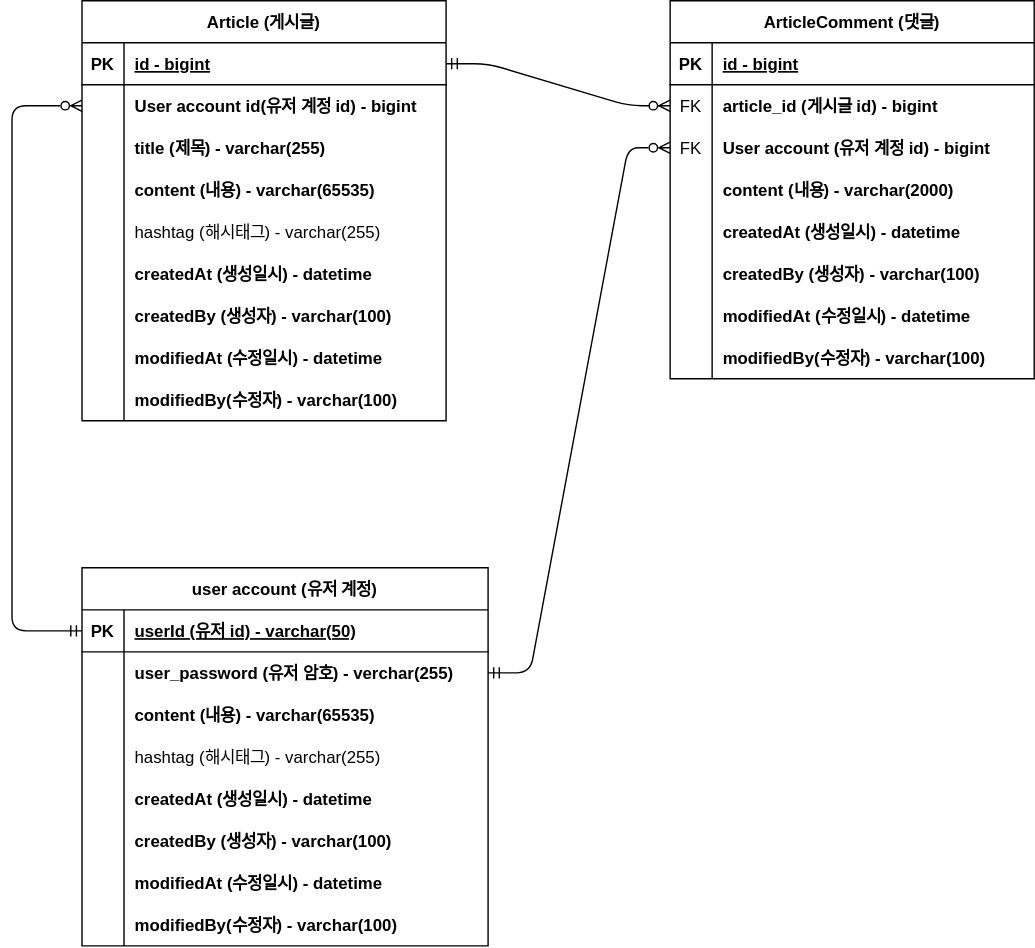
Before: 2.board-service/document/project-board-erd.svg, a diagram exported from draw.io (futuremaker019/several-project-practice). Source tidied: cells renumbered, new cells last; positions are measured from the earlier drawing's top-left corner, leaving out a move shared by most shapes.
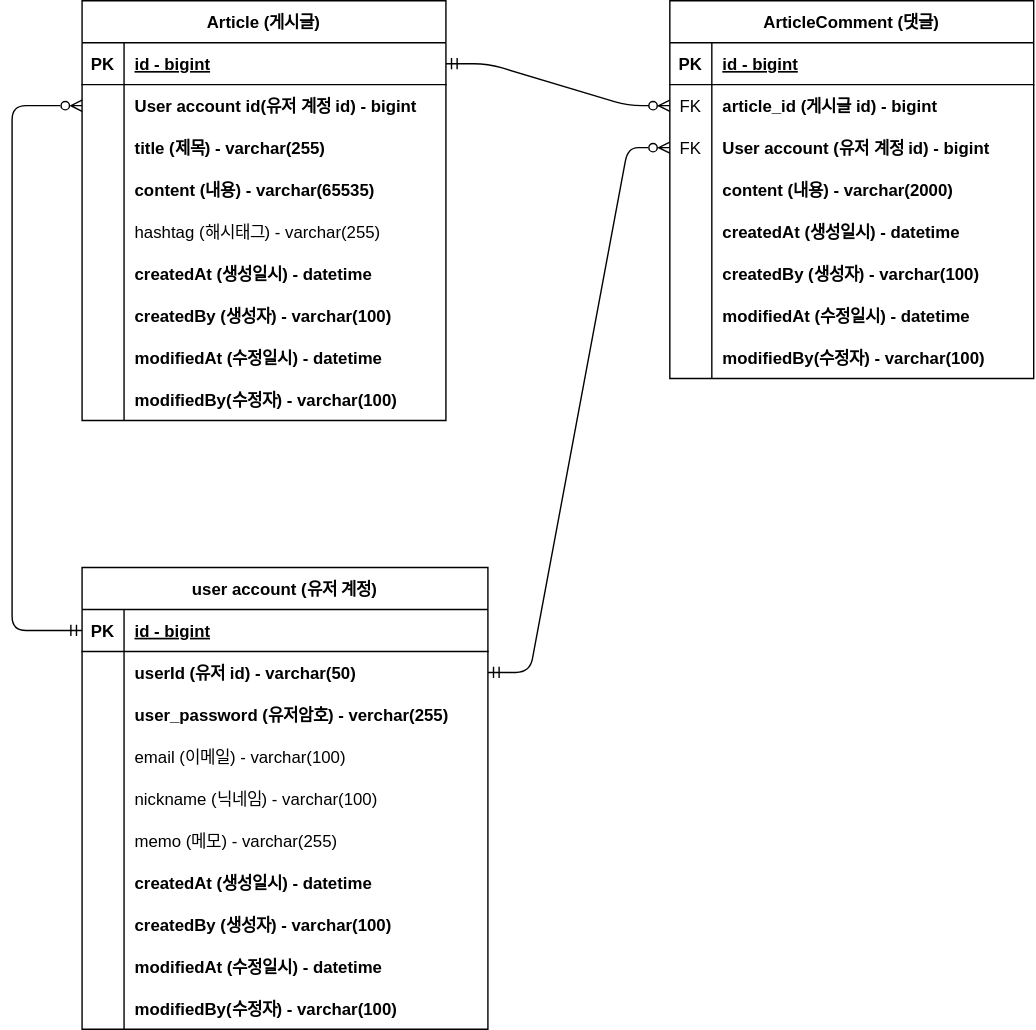
The same diagram one commit later.

Commit message:
#19 - project-board-erd.svg 업데이트 : 유저 계정 ERD 추가

What changed in the source:
```diff
@@ -165,7 +165,7 @@
       <mxGeometry x="30" width="230" height="30" as="geometry" />
     </mxCell>
     <mxCell id="56" value="user account (유저 계정)" style="shape=table;startSize=30;rowLines=0;fontStyle=1;align=center;" parent="1" vertex="1">
-      <mxGeometry x="70" y="405" width="290" height="270" as="geometry" />
+      <mxGeometry x="70" y="405" width="290" height="330" as="geometry" />
     </mxCell>
     <mxCell id="57" style="shape=partialRectangle;fillColor=none;points=[[0,0.5],[1,0.5]];portConstraint=eastwest;top=0;left=0;right=0;bottom=1;" parent="56" vertex="1">
       <mxGeometry y="30" width="290" height="30" as="geometry" />
@@ -173,7 +173,7 @@
     <mxCell id="58" value="PK" style="shape=partialRectangle;overflow=hidden;fillColor=none;top=0;left=0;bottom=0;right=0;fontStyle=1;" parent="57" vertex="1">
       <mxGeometry width="30" height="30" as="geometry" />
     </mxCell>
-    <mxCell id="59" value="userId (유저 id) - varchar(50)" style="shape=partialRectangle;overflow=hidden;fillColor=none;top=0;left=0;bottom=0;right=0;align=left;spacingLeft=6;fontStyle=5;" parent="57" vertex="1">
+    <mxCell id="59" value="id - bigint" style="shape=partialRectangle;overflow=hidden;fillColor=none;top=0;left=0;bottom=0;right=0;align=left;spacingLeft=6;fontStyle=5;" parent="57" vertex="1">
       <mxGeometry x="30" width="260" height="30" as="geometry" />
     </mxCell>
     <mxCell id="60" style="shape=partialRectangle;fillColor=none;points=[[0,0.5],[1,0.5]];portConstraint=eastwest;top=0;left=0;right=0;bottom=0;" parent="56" vertex="1">
@@ -182,29 +182,47 @@
     <mxCell id="61" style="shape=partialRectangle;overflow=hidden;fillColor=none;top=0;left=0;bottom=0;right=0;" parent="60" vertex="1">
       <mxGeometry width="30" height="30" as="geometry" />
     </mxCell>
-    <mxCell id="62" value="user_password (유저 암호) - verchar(255)" style="shape=partialRectangle;overflow=hidden;fillColor=none;top=0;left=0;bottom=0;right=0;align=left;spacingLeft=6;fontStyle=1;" parent="60" vertex="1">
+    <mxCell id="62" value="userId (유저 id) - varchar(50)" style="shape=partialRectangle;overflow=hidden;fillColor=none;top=0;left=0;bottom=0;right=0;align=left;spacingLeft=6;fontStyle=1;" parent="60" vertex="1">
       <mxGeometry x="30" width="260" height="30" as="geometry" />
     </mxCell>
+    <mxCell id="83" style="shape=partialRectangle;fillColor=none;top=0;left=0;right=0;bottom=0;" parent="56" vertex="1">
+      <mxGeometry y="90" width="290" height="30" as="geometry" />
+    </mxCell>
+    <mxCell id="84" style="shape=partialRectangle;overflow=hidden;fillColor=none;top=0;left=0;bottom=0;right=0;" parent="83" vertex="1">
+      <mxGeometry width="30" height="30" as="geometry" />
+    </mxCell>
+    <mxCell id="85" value="user_password (유저암호) - verchar(255)" style="shape=partialRectangle;overflow=hidden;fillColor=none;top=0;left=0;bottom=0;right=0;align=left;spacingLeft=6;fontStyle=1;" parent="83" vertex="1">
+      <mxGeometry x="30" width="260" height="30" as="geometry" />
+    </mxCell>
     <mxCell id="63" style="shape=partialRectangle;fillColor=none;top=0;left=0;right=0;bottom=0;" parent="56" vertex="1">
-      <mxGeometry y="90" width="290" height="30" as="geometry" />
+      <mxGeometry y="120" width="290" height="30" as="geometry" />
     </mxCell>
     <mxCell id="64" style="shape=partialRectangle;overflow=hidden;fillColor=none;top=0;left=0;bottom=0;right=0;" parent="63" vertex="1">
       <mxGeometry width="30" height="30" as="geometry" />
     </mxCell>
-    <mxCell id="65" value="content (내용) - varchar(65535)" style="shape=partialRectangle;overflow=hidden;fillColor=none;top=0;left=0;bottom=0;right=0;align=left;spacingLeft=6;fontStyle=1;" parent="63" vertex="1">
+    <mxCell id="65" value="email (이메일) - varchar(100)" style="shape=partialRectangle;overflow=hidden;fillColor=none;top=0;left=0;bottom=0;right=0;align=left;spacingLeft=6;fontStyle=0;" parent="63" vertex="1">
       <mxGeometry x="30" width="260" height="30" as="geometry" />
     </mxCell>
     <mxCell id="66" style="shape=partialRectangle;fillColor=none;top=0;left=0;right=0;bottom=0;" parent="56" vertex="1">
-      <mxGeometry y="120" width="290" height="30" as="geometry" />
+      <mxGeometry y="150" width="290" height="30" as="geometry" />
     </mxCell>
     <mxCell id="67" style="shape=partialRectangle;overflow=hidden;fillColor=none;top=0;left=0;bottom=0;right=0;" parent="66" vertex="1">
       <mxGeometry width="30" height="30" as="geometry" />
     </mxCell>
-    <mxCell id="68" value="hashtag (해시태그) - varchar(255)" style="shape=partialRectangle;overflow=hidden;fillColor=none;top=0;left=0;bottom=0;right=0;align=left;spacingLeft=6;" parent="66" vertex="1">
+    <mxCell id="68" value="nickname (닉네임) - varchar(100)" style="shape=partialRectangle;overflow=hidden;fillColor=none;top=0;left=0;bottom=0;right=0;align=left;spacingLeft=6;" parent="66" vertex="1">
       <mxGeometry x="30" width="260" height="30" as="geometry" />
     </mxCell>
+    <mxCell id="86" style="shape=partialRectangle;fillColor=none;top=0;left=0;right=0;bottom=0;" parent="56" vertex="1">
+      <mxGeometry y="180" width="290" height="30" as="geometry" />
+    </mxCell>
+    <mxCell id="87" style="shape=partialRectangle;overflow=hidden;fillColor=none;top=0;left=0;bottom=0;right=0;" parent="86" vertex="1">
+      <mxGeometry width="30" height="30" as="geometry" />
+    </mxCell>
+    <mxCell id="88" value="memo (메모) - varchar(255)" style="shape=partialRectangle;overflow=hidden;fillColor=none;top=0;left=0;bottom=0;right=0;align=left;spacingLeft=6;" parent="86" vertex="1">
+      <mxGeometry x="30" width="260" height="30" as="geometry" />
+    </mxCell>
     <mxCell id="69" style="shape=partialRectangle;fillColor=none;top=0;left=0;right=0;bottom=0;" parent="56" vertex="1">
-      <mxGeometry y="150" width="290" height="30" as="geometry" />
+      <mxGeometry y="210" width="290" height="30" as="geometry" />
     </mxCell>
     <mxCell id="70" style="shape=partialRectangle;overflow=hidden;fillColor=none;top=0;left=0;bottom=0;right=0;" parent="69" vertex="1">
       <mxGeometry width="30" height="30" as="geometry" />
@@ -213,7 +231,7 @@
       <mxGeometry x="30" width="260" height="30" as="geometry" />
     </mxCell>
     <mxCell id="72" style="shape=partialRectangle;fillColor=none;top=0;left=0;right=0;bottom=0;" parent="56" vertex="1">
-      <mxGeometry y="180" width="290" height="30" as="geometry" />
+      <mxGeometry y="240" width="290" height="30" as="geometry" />
     </mxCell>
     <mxCell id="73" style="shape=partialRectangle;overflow=hidden;fillColor=none;top=0;left=0;bottom=0;right=0;" parent="72" vertex="1">
       <mxGeometry width="30" height="30" as="geometry" />
@@ -222,7 +240,7 @@
       <mxGeometry x="30" width="260" height="30" as="geometry" />
     </mxCell>
     <mxCell id="75" style="shape=partialRectangle;fillColor=none;top=0;left=0;right=0;bottom=0;" parent="56" vertex="1">
-      <mxGeometry y="210" width="290" height="30" as="geometry" />
+      <mxGeometry y="270" width="290" height="30" as="geometry" />
     </mxCell>
     <mxCell id="76" style="shape=partialRectangle;overflow=hidden;fillColor=none;top=0;left=0;bottom=0;right=0;" parent="75" vertex="1">
       <mxGeometry width="30" height="30" as="geometry" />
@@ -231,7 +249,7 @@
       <mxGeometry x="30" width="260" height="30" as="geometry" />
     </mxCell>
     <mxCell id="78" style="shape=partialRectangle;fillColor=none;top=0;left=0;right=0;bottom=0;" parent="56" vertex="1">
-      <mxGeometry y="240" width="290" height="30" as="geometry" />
+      <mxGeometry y="300" width="290" height="30" as="geometry" />
     </mxCell>
     <mxCell id="79" style="shape=partialRectangle;overflow=hidden;fillColor=none;top=0;left=0;bottom=0;right=0;" parent="78" vertex="1">
       <mxGeometry width="30" height="30" as="geometry" />
```
